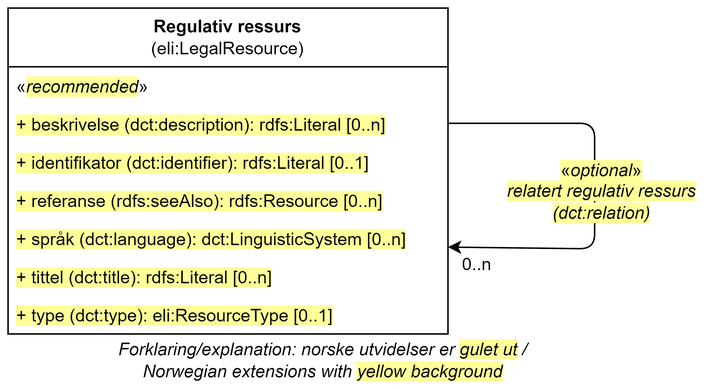
This is docs/images/Klassen-RegulativRessurs.png from Informasjonsforvaltning/dcat-ap-no, a draw.io export, as it was before one commit. Source tidied: cells renumbered, new cells last; positions are measured from the earlier drawing's top-left corner, leaving out a move shared by most shapes. The source it was exported from:
```xml
<mxGraphModel>
  <root>
    <mxCell id="0" />
    <mxCell id="1" parent="0" />
    <mxCell id="2" style="endArrow=classic;html=1;exitX=1;exitY=0.25;exitDx=0;exitDy=0;entryX=1;entryY=0.724;entryDx=0;entryDy=0;entryPerimeter=0;" parent="1" edge="1" target="10">
      <mxGeometry relative="1" as="geometry">
        <mxPoint x="300" y="78.5" as="sourcePoint" />
        <Array as="points">
          <mxPoint x="400" y="78.5" />
          <mxPoint x="400" y="164" />
        </Array>
      </mxGeometry>
    </mxCell>
    <mxCell id="3" value="0..n" style="text;html=1;strokeColor=none;fillColor=none;align=center;verticalAlign=middle;whiteSpace=wrap;rounded=0;labelBackgroundColor=default;fontFamily=Helvetica;fontSize=12;" parent="1" vertex="1">
      <mxGeometry x="300" y="165" width="40" height="20" as="geometry" />
    </mxCell>
    <mxCell id="4" value="Forklaring/explanation: norske utvidelser er&amp;nbsp;&lt;span style=&quot;background-color: rgb(255, 255, 153);&quot;&gt;gulet ut&lt;/span&gt;&lt;span style=&quot;background-color: rgb(255 , 255 , 255)&quot;&gt;&amp;nbsp;/ &lt;br&gt;Norwegian extensions with &lt;/span&gt;&lt;span style=&quot;background-color: rgb(255, 255, 153);&quot;&gt;yellow background&lt;/span&gt;" style="text;html=1;strokeColor=none;fillColor=none;align=center;verticalAlign=middle;whiteSpace=wrap;rounded=0;fontStyle=2;" parent="1" vertex="1">
      <mxGeometry x="50" y="230" width="330" height="20" as="geometry" />
    </mxCell>
    <mxCell id="5" value="&lt;b style=&quot;border-color: var(--border-color);&quot;&gt;Regulativ ressurs&lt;/b&gt;&lt;br style=&quot;border-color: var(--border-color);&quot;&gt;(eli:LegalResource)" style="swimlane;fontStyle=0;horizontal=1;startSize=40;fillColor=none;whiteSpace=wrap;html=1;" parent="1" vertex="1">
      <mxGeometry width="300" height="222" as="geometry" />
    </mxCell>
    <mxCell id="6" value="«&lt;i style=&quot;background-color: rgb(255, 255, 153);&quot;&gt;recommended&lt;/i&gt;»" style="text;strokeColor=none;fillColor=none;align=left;verticalAlign=top;spacingLeft=4;spacingRight=4;overflow=hidden;whiteSpace=wrap;html=1;" parent="5" vertex="1">
      <mxGeometry y="40" width="300" height="26" as="geometry" />
    </mxCell>
    <mxCell id="7" value="&lt;span style=&quot;background-color: rgb(255, 255, 153);&quot;&gt;+&amp;nbsp;beskrivelse (dct:description): rdfs:Literal [0..n]&lt;/span&gt;" style="text;strokeColor=none;fillColor=none;align=left;verticalAlign=top;spacingLeft=4;spacingRight=4;overflow=hidden;whiteSpace=wrap;html=1;" parent="5" vertex="1">
      <mxGeometry y="66" width="300" height="26" as="geometry" />
    </mxCell>
    <mxCell id="8" value="&lt;span style=&quot;background-color: rgb(255, 255, 153);&quot;&gt;+&amp;nbsp;identifikator (dct:identifier): rdfs:Literal [0..1]&lt;/span&gt;" style="text;strokeColor=none;fillColor=none;align=left;verticalAlign=top;spacingLeft=4;spacingRight=4;overflow=hidden;whiteSpace=wrap;html=1;" parent="5" vertex="1">
      <mxGeometry y="92" width="300" height="26" as="geometry" />
    </mxCell>
    <mxCell id="9" value="&lt;span style=&quot;background-color: rgb(255, 255, 153);&quot;&gt;+&amp;nbsp;referanse (rdfs:seeAlso): rdfs:Resource [0..n]&lt;/span&gt;" style="text;strokeColor=none;fillColor=none;align=left;verticalAlign=top;spacingLeft=4;spacingRight=4;overflow=hidden;whiteSpace=wrap;html=1;" parent="5" vertex="1">
      <mxGeometry y="118" width="300" height="26" as="geometry" />
    </mxCell>
    <mxCell id="10" value="&lt;span style=&quot;background-color: rgb(255, 255, 153);&quot;&gt;+&amp;nbsp;språk (dct:language): dct:LinguisticSystem [0..n]&lt;/span&gt;" style="text;strokeColor=none;fillColor=none;align=left;verticalAlign=top;spacingLeft=4;spacingRight=4;overflow=hidden;points=[[0,0.5],[1,0.5]];portConstraint=eastwest;whiteSpace=wrap;html=1;" parent="5" vertex="1">
      <mxGeometry y="144" width="300" height="26" as="geometry" />
    </mxCell>
    <mxCell id="11" value="&lt;span style=&quot;background-color: rgb(255, 255, 153);&quot;&gt;+ tittel (dct:title): rdfs:Literal [0..n]&lt;/span&gt;" style="text;strokeColor=none;fillColor=none;align=left;verticalAlign=top;spacingLeft=4;spacingRight=4;overflow=hidden;whiteSpace=wrap;html=1;" parent="5" vertex="1">
      <mxGeometry y="170" width="300" height="26" as="geometry" />
    </mxCell>
    <mxCell id="12" value="&lt;span style=&quot;background-color: rgb(255, 255, 153);&quot;&gt;+ type (dct:type): eli:ResourceType&amp;nbsp;[0..1]&lt;/span&gt;" style="text;strokeColor=none;fillColor=none;align=left;verticalAlign=top;spacingLeft=4;spacingRight=4;overflow=hidden;whiteSpace=wrap;html=1;" parent="5" vertex="1">
      <mxGeometry y="196" width="300" height="26" as="geometry" />
    </mxCell>
    <mxCell id="13" value="&lt;span style=&quot;background-color: rgb(255, 255, 153);&quot;&gt;«&lt;i style=&quot;border-color: var(--border-color);&quot;&gt;optional&lt;/i&gt;»&lt;br&gt;&lt;span style=&quot;font-style: italic;&quot;&gt;relatert regulativ ressurs&lt;/span&gt;&lt;br style=&quot;border-color: var(--border-color); padding: 0px; margin: 0px; font-style: italic;&quot;&gt;&lt;span style=&quot;font-style: italic;&quot;&gt;(dct:relation)&lt;/span&gt;&lt;br&gt;&lt;/span&gt;" style="text;html=1;strokeColor=none;fillColor=none;align=center;verticalAlign=middle;whiteSpace=wrap;rounded=0;" parent="1" vertex="1">
      <mxGeometry x="330" y="110" width="150" height="30" as="geometry" />
    </mxCell>
  </root>
</mxGraphModel>
```
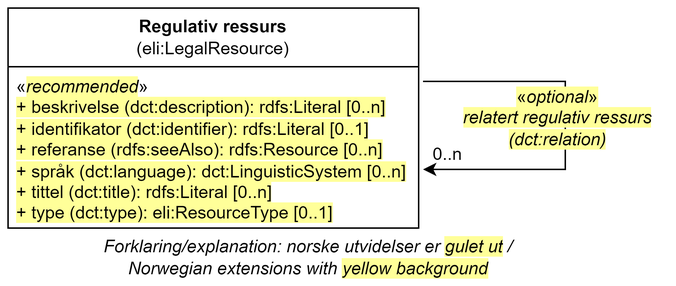
After the change.

The edit, as a diff of the source:
```diff
@@ -2,47 +2,30 @@
   <root>
     <mxCell id="0" />
     <mxCell id="1" parent="0" />
-    <mxCell id="2" style="endArrow=classic;html=1;exitX=1;exitY=0.25;exitDx=0;exitDy=0;entryX=1;entryY=0.724;entryDx=0;entryDy=0;entryPerimeter=0;" parent="1" edge="1" target="10">
-      <mxGeometry relative="1" as="geometry">
-        <mxPoint x="300" y="78.5" as="sourcePoint" />
-        <Array as="points">
-          <mxPoint x="400" y="78.5" />
-          <mxPoint x="400" y="164" />
-        </Array>
-      </mxGeometry>
-    </mxCell>
     <mxCell id="3" value="0..n" style="text;html=1;strokeColor=none;fillColor=none;align=center;verticalAlign=middle;whiteSpace=wrap;rounded=0;labelBackgroundColor=default;fontFamily=Helvetica;fontSize=12;" parent="1" vertex="1">
-      <mxGeometry x="300" y="165" width="40" height="20" as="geometry" />
+      <mxGeometry x="280" y="90" width="40" height="20" as="geometry" />
     </mxCell>
     <mxCell id="4" value="Forklaring/explanation: norske utvidelser er&amp;nbsp;&lt;span style=&quot;background-color: rgb(255, 255, 153);&quot;&gt;gulet ut&lt;/span&gt;&lt;span style=&quot;background-color: rgb(255 , 255 , 255)&quot;&gt;&amp;nbsp;/ &lt;br&gt;Norwegian extensions with &lt;/span&gt;&lt;span style=&quot;background-color: rgb(255, 255, 153);&quot;&gt;yellow background&lt;/span&gt;" style="text;html=1;strokeColor=none;fillColor=none;align=center;verticalAlign=middle;whiteSpace=wrap;rounded=0;fontStyle=2;" parent="1" vertex="1">
-      <mxGeometry x="50" y="230" width="330" height="20" as="geometry" />
+      <mxGeometry x="40" y="160" width="330" height="20" as="geometry" />
     </mxCell>
     <mxCell id="5" value="&lt;b style=&quot;border-color: var(--border-color);&quot;&gt;Regulativ ressurs&lt;/b&gt;&lt;br style=&quot;border-color: var(--border-color);&quot;&gt;(eli:LegalResource)" style="swimlane;fontStyle=0;horizontal=1;startSize=40;fillColor=none;whiteSpace=wrap;html=1;" parent="1" vertex="1">
-      <mxGeometry width="300" height="222" as="geometry" />
+      <mxGeometry width="280" height="150" as="geometry" />
     </mxCell>
+    <mxCell id="2" style="endArrow=classic;html=1;rounded=0;curved=0;" parent="5" edge="1">
+      <mxGeometry relative="1" as="geometry">
+        <mxPoint x="283" y="50" as="sourcePoint" />
+        <mxPoint x="283" y="110" as="targetPoint" />
+        <Array as="points">
+          <mxPoint x="380" y="50" />
+          <mxPoint x="380" y="110" />
+        </Array>
+      </mxGeometry>
+    </mxCell>
-    <mxCell id="6" value="«&lt;i style=&quot;background-color: rgb(255, 255, 153);&quot;&gt;recommended&lt;/i&gt;»" style="text;strokeColor=none;fillColor=none;align=left;verticalAlign=top;spacingLeft=4;spacingRight=4;overflow=hidden;whiteSpace=wrap;html=1;" parent="5" vertex="1">
-      <mxGeometry y="40" width="300" height="26" as="geometry" />
+    <mxCell id="6" value="«&lt;i style=&quot;background-color: rgb(255, 255, 153);&quot;&gt;recommended&lt;/i&gt;»&lt;div&gt;&lt;span style=&quot;background-color: rgb(255, 255, 153);&quot;&gt;+&amp;nbsp;beskrivelse (dct:description): rdfs:Literal [0..n]&lt;/span&gt;&lt;br&gt;&lt;/div&gt;&lt;div&gt;&lt;span style=&quot;background-color: rgb(255, 255, 153);&quot;&gt;+&amp;nbsp;identifikator (dct:identifier): rdfs:Literal [0..1]&lt;/span&gt;&lt;span style=&quot;background-color: rgb(255, 255, 153);&quot;&gt;&lt;br&gt;&lt;/span&gt;&lt;/div&gt;&lt;div&gt;&lt;span style=&quot;background-color: rgb(255, 255, 153);&quot;&gt;+&amp;nbsp;referanse (rdfs:seeAlso): rdfs:Resource [0..n]&lt;/span&gt;&lt;span style=&quot;background-color: rgb(255, 255, 153);&quot;&gt;&lt;br&gt;&lt;/span&gt;&lt;/div&gt;&lt;div&gt;&lt;span style=&quot;background-color: rgb(255, 255, 153);&quot;&gt;+&amp;nbsp;språk (dct:language): dct:LinguisticSystem [0..n]&lt;/span&gt;&lt;span style=&quot;background-color: rgb(255, 255, 153);&quot;&gt;&lt;br&gt;&lt;/span&gt;&lt;/div&gt;&lt;div&gt;&lt;span style=&quot;background-color: rgb(255, 255, 153);&quot;&gt;+ tittel (dct:title): rdfs:Literal [0..n]&lt;/span&gt;&lt;span style=&quot;background-color: rgb(255, 255, 153);&quot;&gt;&lt;br&gt;&lt;/span&gt;&lt;/div&gt;&lt;div&gt;&lt;span style=&quot;background-color: rgb(255, 255, 153);&quot;&gt;+ type (dct:type): eli:ResourceType&amp;nbsp;[0..1]&lt;/span&gt;&lt;span style=&quot;background-color: rgb(255, 255, 153);&quot;&gt;&lt;br&gt;&lt;/span&gt;&lt;/div&gt;" style="text;strokeColor=none;fillColor=none;align=left;verticalAlign=top;spacingLeft=4;spacingRight=4;overflow=hidden;whiteSpace=wrap;html=1;" parent="5" vertex="1">
+      <mxGeometry y="40" width="280" height="110" as="geometry" />
     </mxCell>
-    <mxCell id="7" value="&lt;span style=&quot;background-color: rgb(255, 255, 153);&quot;&gt;+&amp;nbsp;beskrivelse (dct:description): rdfs:Literal [0..n]&lt;/span&gt;" style="text;strokeColor=none;fillColor=none;align=left;verticalAlign=top;spacingLeft=4;spacingRight=4;overflow=hidden;whiteSpace=wrap;html=1;" parent="5" vertex="1">
-      <mxGeometry y="66" width="300" height="26" as="geometry" />
-    </mxCell>
-    <mxCell id="8" value="&lt;span style=&quot;background-color: rgb(255, 255, 153);&quot;&gt;+&amp;nbsp;identifikator (dct:identifier): rdfs:Literal [0..1]&lt;/span&gt;" style="text;strokeColor=none;fillColor=none;align=left;verticalAlign=top;spacingLeft=4;spacingRight=4;overflow=hidden;whiteSpace=wrap;html=1;" parent="5" vertex="1">
-      <mxGeometry y="92" width="300" height="26" as="geometry" />
-    </mxCell>
-    <mxCell id="9" value="&lt;span style=&quot;background-color: rgb(255, 255, 153);&quot;&gt;+&amp;nbsp;referanse (rdfs:seeAlso): rdfs:Resource [0..n]&lt;/span&gt;" style="text;strokeColor=none;fillColor=none;align=left;verticalAlign=top;spacingLeft=4;spacingRight=4;overflow=hidden;whiteSpace=wrap;html=1;" parent="5" vertex="1">
-      <mxGeometry y="118" width="300" height="26" as="geometry" />
-    </mxCell>
-    <mxCell id="10" value="&lt;span style=&quot;background-color: rgb(255, 255, 153);&quot;&gt;+&amp;nbsp;språk (dct:language): dct:LinguisticSystem [0..n]&lt;/span&gt;" style="text;strokeColor=none;fillColor=none;align=left;verticalAlign=top;spacingLeft=4;spacingRight=4;overflow=hidden;points=[[0,0.5],[1,0.5]];portConstraint=eastwest;whiteSpace=wrap;html=1;" parent="5" vertex="1">
-      <mxGeometry y="144" width="300" height="26" as="geometry" />
-    </mxCell>
-    <mxCell id="11" value="&lt;span style=&quot;background-color: rgb(255, 255, 153);&quot;&gt;+ tittel (dct:title): rdfs:Literal [0..n]&lt;/span&gt;" style="text;strokeColor=none;fillColor=none;align=left;verticalAlign=top;spacingLeft=4;spacingRight=4;overflow=hidden;whiteSpace=wrap;html=1;" parent="5" vertex="1">
-      <mxGeometry y="170" width="300" height="26" as="geometry" />
-    </mxCell>
-    <mxCell id="12" value="&lt;span style=&quot;background-color: rgb(255, 255, 153);&quot;&gt;+ type (dct:type): eli:ResourceType&amp;nbsp;[0..1]&lt;/span&gt;" style="text;strokeColor=none;fillColor=none;align=left;verticalAlign=top;spacingLeft=4;spacingRight=4;overflow=hidden;whiteSpace=wrap;html=1;" parent="5" vertex="1">
-      <mxGeometry y="196" width="300" height="26" as="geometry" />
-    </mxCell>
     <mxCell id="13" value="&lt;span style=&quot;background-color: rgb(255, 255, 153);&quot;&gt;«&lt;i style=&quot;border-color: var(--border-color);&quot;&gt;optional&lt;/i&gt;»&lt;br&gt;&lt;span style=&quot;font-style: italic;&quot;&gt;relatert regulativ ressurs&lt;/span&gt;&lt;br style=&quot;border-color: var(--border-color); padding: 0px; margin: 0px; font-style: italic;&quot;&gt;&lt;span style=&quot;font-style: italic;&quot;&gt;(dct:relation)&lt;/span&gt;&lt;br&gt;&lt;/span&gt;" style="text;html=1;strokeColor=none;fillColor=none;align=center;verticalAlign=middle;whiteSpace=wrap;rounded=0;" parent="1" vertex="1">
-      <mxGeometry x="330" y="110" width="150" height="30" as="geometry" />
+      <mxGeometry x="300" y="60" width="150" height="30" as="geometry" />
     </mxCell>
   </root>
 </mxGraphModel>
```
